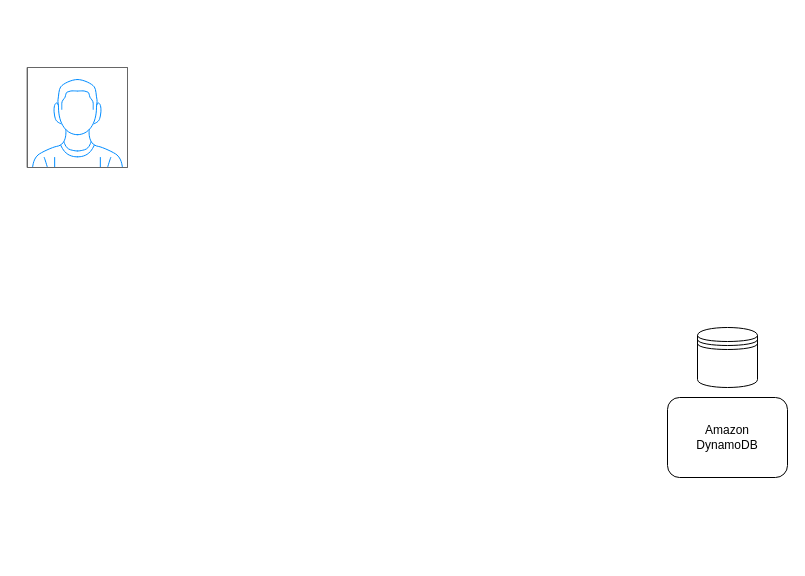
The draw.io diagram dynamodb-with-serverless-api.drawio in prasadkovai/architecture-digram, before the edit. Source tidied: cells renumbered, new cells numbered last; positions are measured from the earlier drawing's top-left corner, leaving out a move shared by most shapes. Both pictures are drawn from the tidied source at 100%, with x=0, y=0 at pixel (27, 67).
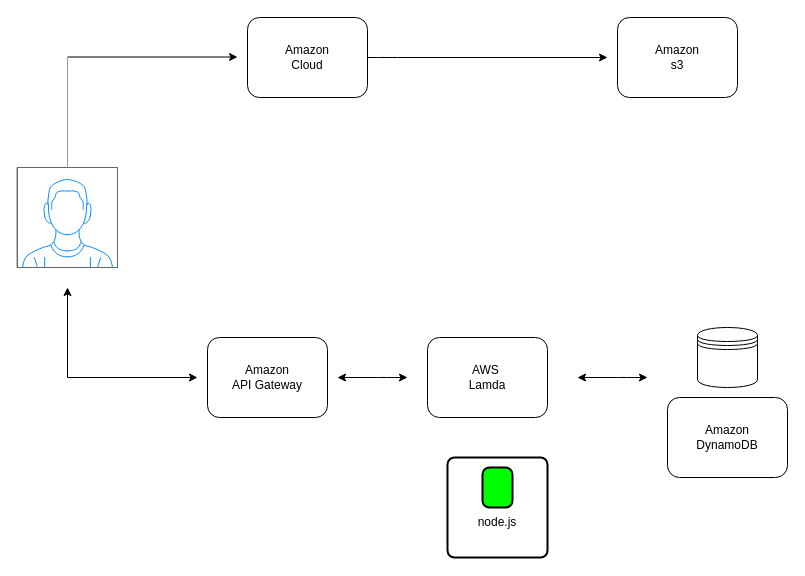
Above is the later version.

The edit, as a diff of the source:
```diff
@@
     <mxCell id="2" style="verticalLabelPosition=bottom;shadow=0;dashed=0;align=center;html=1;verticalAlign=top;strokeWidth=1;shape=mxgraph.mockup.containers.userMale;strokeColor=#666666;strokeColor2=#008cff;" parent="1" vertex="1">
-      <mxGeometry width="100" height="100" as="geometry" />
+      <mxGeometry x="-10" y="100" width="100" height="100" as="geometry" />
     </mxCell>
@@
+    <mxCell id="5" style="verticalLabelPosition=bottom;shadow=0;dashed=0;align=center;html=1;verticalAlign=top;strokeWidth=1;shape=mxgraph.mockup.markup.line;strokeColor=#999999;direction=north;" parent="1" vertex="1">
+      <mxGeometry x="30" y="-10" width="20" height="110" as="geometry" />
+    </mxCell>
+    <mxCell id="6" style="endArrow=classic;html=1;" parent="1" edge="1">
+      <mxGeometry relative="1" as="geometry">
+        <mxPoint x="40" y="-10.5" as="sourcePoint" />
+        <mxPoint x="210" y="-10.5" as="targetPoint" />
+      </mxGeometry>
+    </mxCell>
+    <mxCell id="7" style="endArrow=classic;html=1;exitX=1;exitY=0.5;exitDx=0;exitDy=0;" parent="1" edge="1" source="12">
+      <mxGeometry relative="1" as="geometry">
+        <mxPoint x="580" y="-10" as="targetPoint" />
+        <Array as="points">
+          <mxPoint x="360" y="-10" />
+        </Array>
+      </mxGeometry>
+    </mxCell>
+    <mxCell id="8" style="endArrow=classic;html=1;" parent="1" edge="1">
+      <mxGeometry relative="1" as="geometry">
+        <mxPoint x="40" y="310" as="sourcePoint" />
+        <mxPoint x="170" y="310" as="targetPoint" />
+      </mxGeometry>
+    </mxCell>
+    <mxCell id="9" style="endArrow=classic;html=1;" parent="1" edge="1">
+      <mxGeometry relative="1" as="geometry">
+        <mxPoint x="40" y="310" as="sourcePoint" />
+        <mxPoint x="40" y="220" as="targetPoint" />
+      </mxGeometry>
+    </mxCell>
+    <mxCell id="10" style="endArrow=classic;startArrow=classic;html=1;" parent="1" edge="1">
+      <mxGeometry relative="1" as="geometry">
+        <mxPoint x="310" y="310" as="sourcePoint" />
+        <mxPoint x="380" y="310" as="targetPoint" />
+        <Array as="points">
+          <mxPoint x="360" y="310" />
+        </Array>
+      </mxGeometry>
+    </mxCell>
+    <mxCell id="11" style="endArrow=classic;startArrow=classic;html=1;" parent="1" edge="1">
+      <mxGeometry relative="1" as="geometry">
+        <mxPoint x="550" y="310" as="sourcePoint" />
+        <mxPoint x="620" y="310" as="targetPoint" />
+        <Array as="points">
+          <mxPoint x="600" y="310" />
+        </Array>
+      </mxGeometry>
+    </mxCell>
+    <mxCell id="12" value="Amazon&lt;br&gt;Cloud" style="shape=ext;rounded=1;html=1;whiteSpace=wrap;" parent="1" vertex="1">
+      <mxGeometry x="220" y="-50" width="120" height="80" as="geometry" />
+    </mxCell>
+    <mxCell id="13" value="Amazon&lt;br&gt;API Gateway" style="shape=ext;rounded=1;html=1;whiteSpace=wrap;" parent="1" vertex="1">
+      <mxGeometry x="180" y="270" width="120" height="80" as="geometry" />
+    </mxCell>
+    <mxCell id="14" value="AWS&amp;nbsp;&lt;br&gt;Lamda" style="shape=ext;rounded=1;html=1;whiteSpace=wrap;" parent="1" vertex="1">
+      <mxGeometry x="400" y="270" width="120" height="80" as="geometry" />
+    </mxCell>
+    <mxCell id="15" value="Amazon&lt;br&gt;s3" style="shape=ext;rounded=1;html=1;whiteSpace=wrap;" parent="1" vertex="1">
+      <mxGeometry x="590" y="-50" width="120" height="80" as="geometry" />
+    </mxCell>
+    <mxCell id="16" value="&lt;br&gt;&lt;br&gt;node.js" style="rounded=1;whiteSpace=wrap;html=1;absoluteArcSize=1;arcSize=14;strokeWidth=2;" parent="1" vertex="1">
+      <mxGeometry x="420" y="390" width="100" height="100" as="geometry" />
+    </mxCell>
+    <mxCell id="17" style="rounded=1;whiteSpace=wrap;html=1;absoluteArcSize=1;arcSize=14;strokeWidth=2;fillColor=#00FF00;" parent="1" vertex="1">
+      <mxGeometry x="455" y="400" width="30" height="40" as="geometry" />
+    </mxCell>
```
